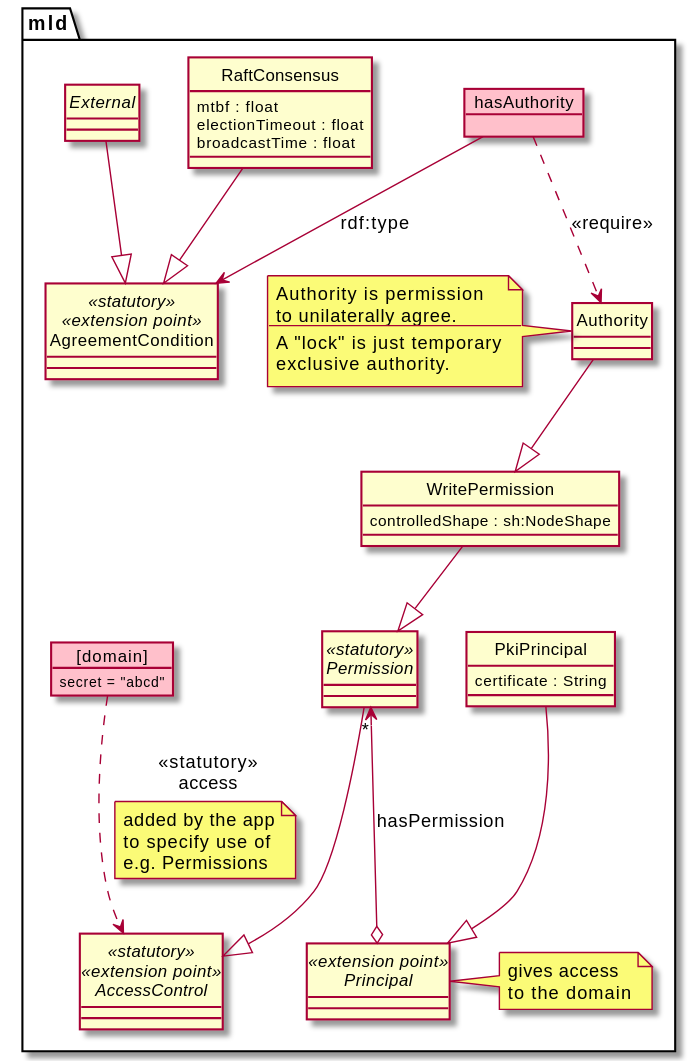
Above: design/img/agreement.class.svg in m-ld/m-ld-security-spec (PlantUML), before the change.
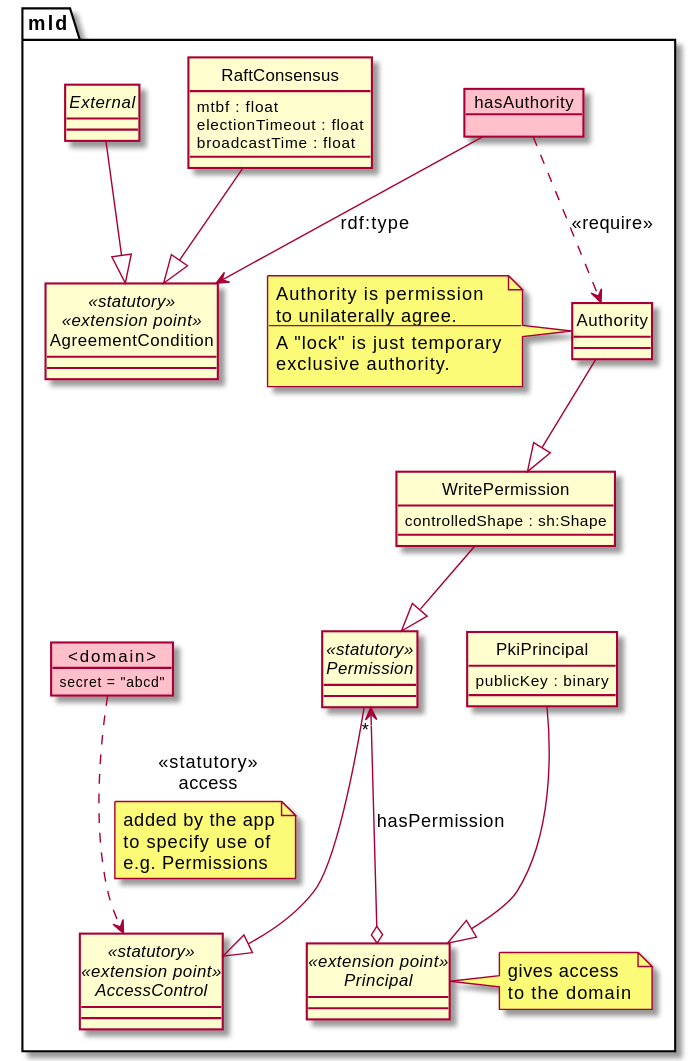
Above is the later version.

What changed in the source:
```diff
@@ -15,7 +15,7 @@
 to the domain
 end note
 class PkiPrincipal {
-  certificate : String
+  publicKey : binary
 }
 PkiPrincipal --|> Principal
 
@@ -36,7 +36,7 @@
 Permission --|> AccessControl
 
 class WritePermission {
-  controlledShape : sh:NodeShape
+  controlledShape : sh:Shape
 }
 Authority --|> WritePermission
 WritePermission --|> Permission
@@ -51,7 +51,7 @@
 abstract class External
 External --|> AgreementCondition
 
-object "[domain]" as domain {
+object "<domain>" as domain {
   secret = "abcd"
 }
 
```
